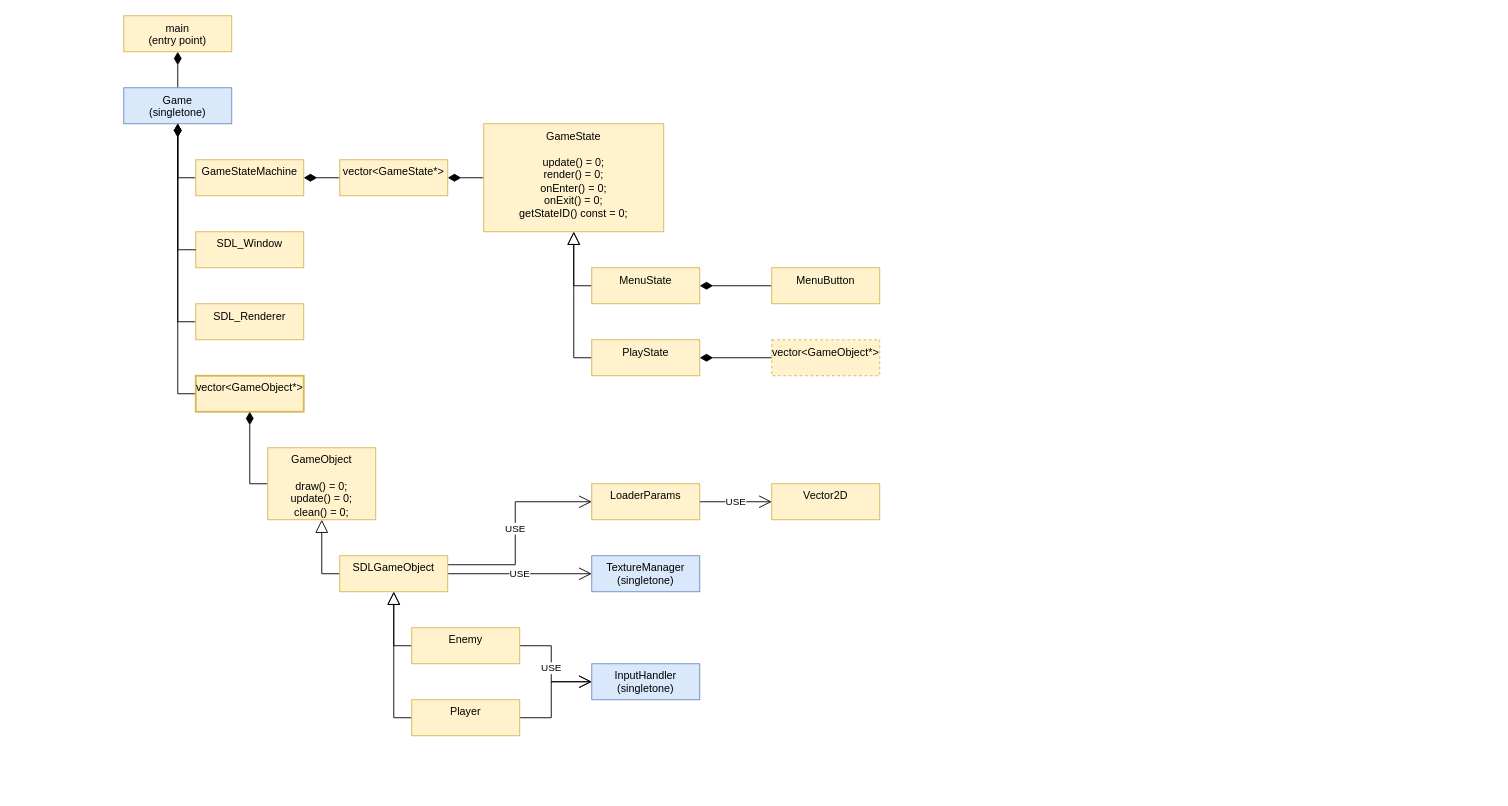
ArTarOne/CppProjects keeps this draw.io diagram as time/2021-12-30_1300_SDLGame/SDLGame/SDLGameUML.drawio. Above is the earlier version. Source tidied: cells renumbered, new cells numbered last; positions are measured from the earlier drawing's top-left corner, leaving out a move shared by most shapes. Both pictures are drawn from the tidied source at 90%, with x=0, y=0 at pixel (123, 15).
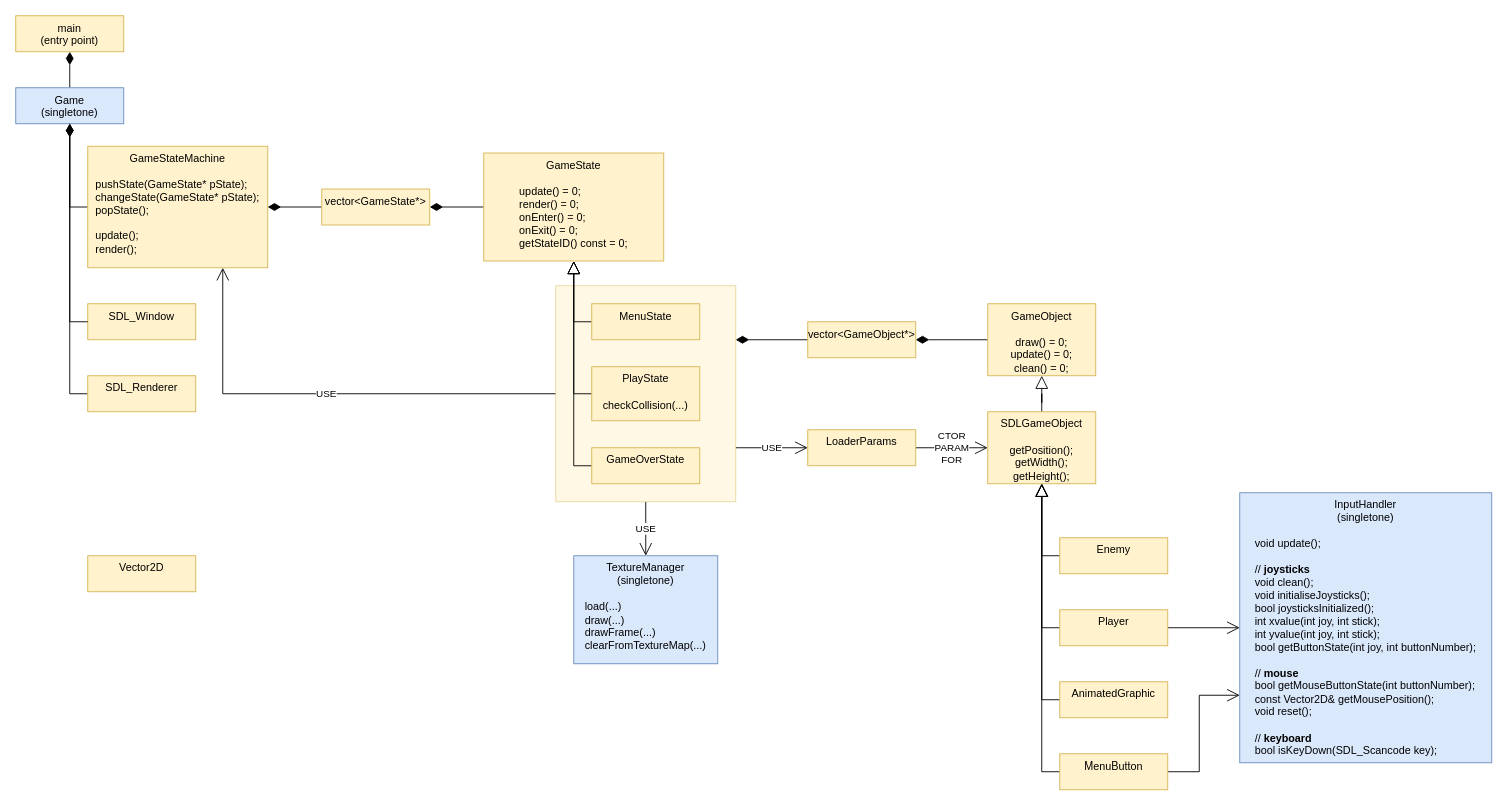
The same page after the edit.

The edit, as a diff of the source:
```diff
@@
+    <mxCell id="42" value="USE" style="edgeStyle=orthogonalEdgeStyle;rounded=0;jettySize=auto;html=1;endArrow=open;endFill=0;startSize=12;endSize=12;exitX=0.5;exitY=1;exitDx=0;exitDy=0;" parent="1" edge="1" source="45" target="25">
+      <mxGeometry relative="1" as="geometry" />
+    </mxCell>
+    <mxCell id="43" value="USE" style="edgeStyle=orthogonalEdgeStyle;rounded=0;jettySize=auto;html=1;exitX=0;exitY=0.5;exitDx=0;exitDy=0;entryX=0.75;entryY=1;entryDx=0;entryDy=0;endArrow=open;endFill=0;startSize=12;endSize=12;" parent="1" edge="1" source="45" target="3">
+      <mxGeometry relative="1" as="geometry" />
+    </mxCell>
+    <mxCell id="44" value="USE" style="edgeStyle=orthogonalEdgeStyle;rounded=0;jettySize=auto;html=1;exitX=1;exitY=0.75;exitDx=0;exitDy=0;entryX=0;entryY=0.5;entryDx=0;entryDy=0;endArrow=open;endFill=0;startSize=12;endSize=12;" parent="1" edge="1" source="45" target="31">
+      <mxGeometry relative="1" as="geometry" />
+    </mxCell>
+    <mxCell id="45" style="rounded=0;whiteSpace=wrap;html=1;verticalAlign=top;fillColor=#fff2cc;strokeColor=#d6b656;opacity=50;" parent="1" vertex="1">
+      <mxGeometry x="480" y="300" width="200" height="240" as="geometry" />
+    </mxCell>
-    <mxCell id="2" style="edgeStyle=orthogonalEdgeStyle;rounded=0;jettySize=auto;html=1;exitX=0;exitY=0.5;exitDx=0;exitDy=0;entryX=0.5;entryY=1;entryDx=0;entryDy=0;endArrow=diamondThin;endFill=1;jumpSize=6;endSize=12;startSize=12;" parent="1" edge="1" source="3" target="10">
+    <mxCell id="2" style="edgeStyle=orthogonalEdgeStyle;rounded=0;jettySize=auto;html=1;entryX=0.5;entryY=1;entryDx=0;entryDy=0;endArrow=diamondThin;endFill=1;jumpSize=6;endSize=12;startSize=12;exitX=0;exitY=0.5;exitDx=0;exitDy=0;" parent="1" edge="1" source="3" target="10">
       <mxGeometry relative="1" as="geometry" />
     </mxCell>
-    <mxCell id="3" value="GameStateMachine" style="rounded=0;whiteSpace=wrap;html=1;verticalAlign=top;fillColor=#fff2cc;strokeColor=#d6b656;" parent="1" vertex="1">
-      <mxGeometry x="80" y="160" width="120" height="40" as="geometry" />
+    <mxCell id="3" value="GameStateMachine&lt;br&gt;&lt;br&gt;&lt;div style=&quot;text-align: left&quot;&gt;pushState(GameState* pState);&lt;/div&gt;&lt;div style=&quot;text-align: left&quot;&gt;changeState(GameState* pState);&lt;/div&gt;&lt;div style=&quot;text-align: left&quot;&gt;popState();&lt;/div&gt;&lt;div style=&quot;text-align: left&quot;&gt;&lt;br&gt;&lt;/div&gt;&lt;div style=&quot;text-align: left&quot;&gt;update();&lt;/div&gt;&lt;div style=&quot;text-align: left&quot;&gt;render();&lt;/div&gt;" style="rounded=0;whiteSpace=wrap;html=1;verticalAlign=top;fillColor=#fff2cc;strokeColor=#d6b656;" parent="1" vertex="1">
+      <mxGeometry x="-40" y="145" width="200" height="135" as="geometry" />
     </mxCell>
     <mxCell id="4" value="SDL_Window" style="rounded=0;whiteSpace=wrap;html=1;verticalAlign=top;fillColor=#fff2cc;strokeColor=#d6b656;" parent="1" vertex="1">
-      <mxGeometry x="80" y="240" width="120" height="40" as="geometry" />
+      <mxGeometry x="-40" y="320" width="120" height="40" as="geometry" />
     </mxCell>
@@
     <mxCell id="6" value="SDL_Renderer" style="rounded=0;whiteSpace=wrap;html=1;verticalAlign=top;fillColor=#fff2cc;strokeColor=#d6b656;" parent="1" vertex="1">
-      <mxGeometry x="80" y="320" width="120" height="40" as="geometry" />
+      <mxGeometry x="-40" y="400" width="120" height="40" as="geometry" />
     </mxCell>
-    <mxCell id="7" style="edgeStyle=orthogonalEdgeStyle;rounded=0;jumpSize=6;jettySize=auto;html=1;exitX=0;exitY=0.5;exitDx=0;exitDy=0;entryX=0.5;entryY=1;entryDx=0;entryDy=0;endArrow=diamondThin;endFill=1;startSize=12;endSize=12;" parent="1" edge="1" source="8" target="10">
-      <mxGeometry relative="1" as="geometry" />
-    </mxCell>
-    <mxCell id="8" value="vector&amp;lt;GameObject*&amp;gt;" style="rounded=0;whiteSpace=wrap;html=1;verticalAlign=top;fillColor=#fff2cc;strokeColor=#d6b656;strokeWidth=2;" parent="1" vertex="1">
-      <mxGeometry x="80" y="400" width="120" height="40" as="geometry" />
-    </mxCell>
@@
     <mxCell id="10" value="Game&lt;br&gt;(singletone)" style="rounded=0;whiteSpace=wrap;html=1;verticalAlign=top;fillColor=#dae8fc;strokeColor=#6c8ebf;" parent="1" vertex="1">
-      <mxGeometry y="80" width="120" height="40" as="geometry" />
+      <mxGeometry x="-120" y="80" width="120" height="40" as="geometry" />
     </mxCell>
@@
-    <mxCell id="12" style="edgeStyle=orthogonalEdgeStyle;rounded=0;jumpSize=6;jettySize=auto;html=1;exitX=0;exitY=0.5;exitDx=0;exitDy=0;entryX=0.5;entryY=1;entryDx=0;entryDy=0;endArrow=diamondThin;endFill=1;startSize=12;endSize=12;" parent="1" edge="1" source="13" target="8">
+    <mxCell id="12" style="edgeStyle=orthogonalEdgeStyle;rounded=0;jumpSize=6;jettySize=auto;html=1;exitX=0;exitY=0.5;exitDx=0;exitDy=0;endArrow=diamondThin;endFill=1;startSize=12;endSize=12;" parent="1" edge="1" source="13" target="41">
       <mxGeometry relative="1" as="geometry" />
     </mxCell>
     <mxCell id="13" value="GameObject&lt;br&gt;&lt;br&gt;&lt;div&gt;draw() = 0;&lt;/div&gt;&lt;div&gt;update() = 0;&lt;/div&gt;&lt;div&gt;clean() = 0;&lt;/div&gt;&lt;div&gt;&lt;br&gt;&lt;/div&gt;" style="rounded=0;whiteSpace=wrap;html=1;verticalAlign=top;fillColor=#fff2cc;strokeColor=#d6b656;" parent="1" vertex="1">
-      <mxGeometry x="160" y="480" width="120" height="80" as="geometry" />
+      <mxGeometry x="960" y="320" width="120" height="80" as="geometry" />
     </mxCell>
-    <mxCell id="14" style="edgeStyle=orthogonalEdgeStyle;rounded=0;jumpSize=6;jettySize=auto;html=1;exitX=0;exitY=0.5;exitDx=0;exitDy=0;endArrow=block;endFill=0;startSize=12;endSize=12;" parent="1" edge="1" source="18" target="13">
+    <mxCell id="14" style="edgeStyle=orthogonalEdgeStyle;rounded=0;jumpSize=6;jettySize=auto;html=1;exitX=0.5;exitY=0;exitDx=0;exitDy=0;endArrow=block;endFill=0;startSize=12;endSize=12;" parent="1" edge="1" source="18" target="13">
       <mxGeometry relative="1" as="geometry" />
     </mxCell>
-    <mxCell id="15" value="USE" style="edgeStyle=orthogonalEdgeStyle;rounded=0;jumpSize=6;jettySize=auto;html=1;entryX=0;entryY=0.5;entryDx=0;entryDy=0;endArrow=open;endFill=0;startSize=12;endSize=12;exitX=1;exitY=0.5;exitDx=0;exitDy=0;" parent="1" edge="1" source="20" target="24">
-      <mxGeometry relative="1" as="geometry" />
-    </mxCell>
-    <mxCell id="16" value="USE" style="edgeStyle=orthogonalEdgeStyle;rounded=0;jumpSize=6;jettySize=auto;html=1;exitX=1;exitY=0.5;exitDx=0;exitDy=0;entryX=0;entryY=0.5;entryDx=0;entryDy=0;endArrow=open;endFill=0;startSize=12;endSize=12;" parent="1" edge="1" source="18" target="25">
-      <mxGeometry relative="1" as="geometry" />
-    </mxCell>
-    <mxCell id="17" value="USE" style="edgeStyle=orthogonalEdgeStyle;rounded=0;jumpSize=6;jettySize=auto;html=1;exitX=1;exitY=0.25;exitDx=0;exitDy=0;entryX=0;entryY=0.5;entryDx=0;entryDy=0;endArrow=open;endFill=0;startSize=12;endSize=12;" parent="1" edge="1" source="18" target="31">
+    <mxCell id="17" value="CTOR&lt;br&gt;PARAM&lt;br&gt;FOR" style="edgeStyle=orthogonalEdgeStyle;rounded=0;jumpSize=6;jettySize=auto;html=1;endArrow=open;endFill=0;startSize=12;endSize=12;" parent="1" edge="1" source="31" target="18">
       <mxGeometry relative="1" as="geometry" />
     </mxCell>
-    <mxCell id="18" value="SDLGameObject" style="rounded=0;whiteSpace=wrap;html=1;verticalAlign=top;fillColor=#fff2cc;strokeColor=#d6b656;" parent="1" vertex="1">
-      <mxGeometry x="240" y="600" width="120" height="40" as="geometry" />
+    <mxCell id="18" value="SDLGameObject&lt;br&gt;&lt;br&gt;&lt;div&gt;getPosition();&lt;/div&gt;&lt;div&gt;getWidth();&lt;/div&gt;&lt;div&gt;getHeight();&lt;/div&gt;&lt;div&gt;&lt;br&gt;&lt;/div&gt;" style="rounded=0;whiteSpace=wrap;html=1;verticalAlign=top;fillColor=#fff2cc;strokeColor=#d6b656;" parent="1" vertex="1">
+      <mxGeometry x="960" y="440" width="120" height="80" as="geometry" />
     </mxCell>
@@
     <mxCell id="20" value="Enemy" style="rounded=0;whiteSpace=wrap;html=1;verticalAlign=top;fillColor=#fff2cc;strokeColor=#d6b656;" parent="1" vertex="1">
-      <mxGeometry x="320" y="680" width="120" height="40" as="geometry" />
+      <mxGeometry x="1040" y="580" width="120" height="40" as="geometry" />
     </mxCell>
@@
-    <mxCell id="22" style="edgeStyle=orthogonalEdgeStyle;rounded=0;jumpSize=6;jettySize=auto;html=1;exitX=1;exitY=0.5;exitDx=0;exitDy=0;entryX=0;entryY=0.5;entryDx=0;entryDy=0;endArrow=open;endFill=0;startSize=12;endSize=12;" parent="1" edge="1" source="23" target="24">
+    <mxCell id="22" style="edgeStyle=orthogonalEdgeStyle;rounded=0;jumpSize=6;jettySize=auto;html=1;exitX=1;exitY=0.5;exitDx=0;exitDy=0;endArrow=open;endFill=0;startSize=12;endSize=12;" parent="1" edge="1" source="23" target="24">
       <mxGeometry relative="1" as="geometry" />
     </mxCell>
     <mxCell id="23" value="Player" style="rounded=0;whiteSpace=wrap;html=1;verticalAlign=top;fillColor=#fff2cc;strokeColor=#d6b656;" parent="1" vertex="1">
-      <mxGeometry x="320" y="760" width="120" height="40" as="geometry" />
+      <mxGeometry x="1040" y="660" width="120" height="40" as="geometry" />
     </mxCell>
-    <mxCell id="24" value="InputHandler&lt;br&gt;(singletone)" style="rounded=0;whiteSpace=wrap;html=1;verticalAlign=top;fillColor=#dae8fc;strokeColor=#6c8ebf;" parent="1" vertex="1">
-      <mxGeometry x="520" y="720" width="120" height="40" as="geometry" />
+    <mxCell id="24" value="InputHandler&lt;br&gt;(singletone)&lt;br&gt;&lt;br&gt;&lt;div style=&quot;text-align: left&quot;&gt;void update();&lt;/div&gt;&lt;div style=&quot;text-align: left&quot;&gt;&lt;br&gt;&lt;/div&gt;&lt;div style=&quot;text-align: left&quot;&gt;// &lt;b&gt;joysticks&lt;/b&gt;&lt;/div&gt;&lt;div style=&quot;text-align: left&quot;&gt;void clean();&lt;/div&gt;&lt;div style=&quot;text-align: left&quot;&gt;void initialiseJoysticks();&lt;/div&gt;&lt;div style=&quot;text-align: left&quot;&gt;bool joysticksInitialized();&lt;/div&gt;&lt;div style=&quot;text-align: left&quot;&gt;int xvalue(int joy, int stick);&lt;/div&gt;&lt;div style=&quot;text-align: left&quot;&gt;int yvalue(int joy, int stick);&lt;/div&gt;&lt;div style=&quot;text-align: left&quot;&gt;bool getButtonState(int joy, int buttonNumber);&lt;/div&gt;&lt;div style=&quot;text-align: left&quot;&gt;&lt;br&gt;&lt;/div&gt;&lt;div style=&quot;text-align: left&quot;&gt;// &lt;b&gt;mouse&lt;/b&gt;&lt;/div&gt;&lt;div style=&quot;text-align: left&quot;&gt;bool getMouseButtonState(int buttonNumber);&lt;/div&gt;&lt;div style=&quot;text-align: left&quot;&gt;const Vector2D&amp;amp; getMousePosition();&lt;/div&gt;&lt;div style=&quot;text-align: left&quot;&gt;void reset();&lt;/div&gt;&lt;div style=&quot;text-align: left&quot;&gt;&lt;br&gt;&lt;/div&gt;&lt;div style=&quot;text-align: left&quot;&gt;// &lt;b&gt;keyboard&lt;/b&gt;&lt;/div&gt;&lt;div style=&quot;text-align: left&quot;&gt;bool isKeyDown(SDL_Scancode key);&lt;/div&gt;&lt;div style=&quot;text-align: left&quot;&gt;&lt;br&gt;&lt;/div&gt;" style="rounded=0;whiteSpace=wrap;html=1;verticalAlign=top;fillColor=#dae8fc;strokeColor=#6c8ebf;" parent="1" vertex="1">
+      <mxGeometry x="1240" y="530" width="280" height="300" as="geometry" />
     </mxCell>
-    <mxCell id="25" value="TextureManager&lt;br&gt;(singletone)" style="rounded=0;whiteSpace=wrap;html=1;verticalAlign=top;fillColor=#dae8fc;strokeColor=#6c8ebf;" parent="1" vertex="1">
-      <mxGeometry x="520" y="600" width="120" height="40" as="geometry" />
+    <mxCell id="25" value="TextureManager&lt;br&gt;(singletone)&lt;br&gt;&lt;br&gt;&lt;div style=&quot;text-align: left&quot;&gt;&lt;span&gt;load(...)&lt;/span&gt;&lt;/div&gt;&lt;div style=&quot;text-align: left&quot;&gt;&lt;span&gt;draw(...)&lt;/span&gt;&lt;/div&gt;&lt;div style=&quot;text-align: left&quot;&gt;&lt;span&gt;drawFrame(...)&lt;/span&gt;&lt;/div&gt;&lt;div style=&quot;text-align: left&quot;&gt;&lt;span&gt;clearFromTextureMap(...)&lt;/span&gt;&lt;/div&gt;" style="rounded=0;whiteSpace=wrap;html=1;verticalAlign=top;fillColor=#dae8fc;strokeColor=#6c8ebf;" parent="1" vertex="1">
+      <mxGeometry x="500" y="600" width="160" height="120" as="geometry" />
     </mxCell>
@@
-    <mxCell id="27" value="GameState&lt;br&gt;&lt;br&gt;&lt;div&gt;update() = 0;&lt;/div&gt;&lt;div&gt;render() = 0;&lt;/div&gt;&lt;div&gt;onEnter() = 0;&lt;/div&gt;&lt;div&gt;onExit() = 0;&lt;/div&gt;&lt;div&gt;getStateID() const = 0;&lt;/div&gt;&lt;div&gt;&lt;br&gt;&lt;/div&gt;" style="rounded=0;whiteSpace=wrap;html=1;verticalAlign=top;fillColor=#fff2cc;strokeColor=#d6b656;" parent="1" vertex="1">
-      <mxGeometry x="400" y="120" width="200" height="120" as="geometry" />
+    <mxCell id="27" value="GameState&lt;br&gt;&lt;br&gt;&lt;div style=&quot;text-align: left&quot;&gt;update() = 0;&lt;/div&gt;&lt;div style=&quot;text-align: left&quot;&gt;render() = 0;&lt;/div&gt;&lt;div style=&quot;text-align: left&quot;&gt;onEnter() = 0;&lt;/div&gt;&lt;div style=&quot;text-align: left&quot;&gt;onExit() = 0;&lt;/div&gt;&lt;div style=&quot;text-align: left&quot;&gt;getStateID() const = 0;&lt;/div&gt;&lt;div style=&quot;text-align: left&quot;&gt;&lt;br&gt;&lt;/div&gt;" style="rounded=0;whiteSpace=wrap;html=1;verticalAlign=top;fillColor=#fff2cc;strokeColor=#d6b656;" parent="1" vertex="1">
+      <mxGeometry x="400" y="152.5" width="200" height="120" as="geometry" />
     </mxCell>
@@
     <mxCell id="29" value="vector&amp;lt;GameState*&amp;gt;" style="rounded=0;whiteSpace=wrap;html=1;verticalAlign=top;fillColor=#fff2cc;strokeColor=#d6b656;" parent="1" vertex="1">
-      <mxGeometry x="240" y="160" width="120" height="40" as="geometry" />
+      <mxGeometry x="220" y="192.5" width="120" height="40" as="geometry" />
     </mxCell>
-    <mxCell id="30" value="USE" style="edgeStyle=orthogonalEdgeStyle;rounded=0;jumpSize=6;jettySize=auto;html=1;exitX=1;exitY=0.5;exitDx=0;exitDy=0;entryX=0;entryY=0.5;entryDx=0;entryDy=0;endArrow=open;endFill=0;startSize=12;endSize=12;" parent="1" edge="1" source="31" target="37">
-      <mxGeometry relative="1" as="geometry" />
-    </mxCell>
     <mxCell id="31" value="LoaderParams" style="rounded=0;whiteSpace=wrap;html=1;verticalAlign=top;fillColor=#fff2cc;strokeColor=#d6b656;" parent="1" vertex="1">
-      <mxGeometry x="520" y="520" width="120" height="40" as="geometry" />
+      <mxGeometry x="760" y="460" width="120" height="40" as="geometry" />
     </mxCell>
@@
-    <mxCell id="33" value="MenuState" style="rounded=0;whiteSpace=wrap;html=1;verticalAlign=top;fillColor=#fff2cc;strokeColor=#d6b656;" parent="1" vertex="1">
-      <mxGeometry x="520" y="280" width="120" height="40" as="geometry" />
-    </mxCell>
-    <mxCell id="34" style="edgeStyle=orthogonalEdgeStyle;rounded=0;jumpSize=6;jettySize=auto;html=1;exitX=0;exitY=0.5;exitDx=0;exitDy=0;endArrow=block;endFill=0;startSize=12;endSize=12;" parent="1" edge="1" source="35">
-      <mxGeometry relative="1" as="geometry">
-        <mxPoint x="500" y="240" as="targetPoint" />
-      </mxGeometry>
+    <mxCell id="34" style="edgeStyle=orthogonalEdgeStyle;rounded=0;jumpSize=6;jettySize=auto;html=1;exitX=0;exitY=0.5;exitDx=0;exitDy=0;endArrow=block;endFill=0;startSize=12;endSize=12;" parent="1" edge="1" source="35" target="27">
+      <mxGeometry relative="1" as="geometry" />
     </mxCell>
-    <mxCell id="35" value="PlayState" style="rounded=0;whiteSpace=wrap;html=1;verticalAlign=top;fillColor=#fff2cc;strokeColor=#d6b656;" parent="1" vertex="1">
-      <mxGeometry x="520" y="360" width="120" height="40" as="geometry" />
-    </mxCell>
     <mxCell id="36" value="main&lt;br&gt;(entry point)" style="rounded=0;whiteSpace=wrap;html=1;verticalAlign=top;fillColor=#fff2cc;strokeColor=#d6b656;" parent="1" vertex="1">
-      <mxGeometry width="120" height="40" as="geometry" />
+      <mxGeometry x="-120" width="120" height="40" as="geometry" />
     </mxCell>
     <mxCell id="37" value="Vector2D" style="rounded=0;whiteSpace=wrap;html=1;verticalAlign=top;fillColor=#fff2cc;strokeColor=#d6b656;" parent="1" vertex="1">
-      <mxGeometry x="720" y="520" width="120" height="40" as="geometry" />
+      <mxGeometry x="-40" y="600" width="120" height="40" as="geometry" />
     </mxCell>
-    <mxCell id="38" style="edgeStyle=orthogonalEdgeStyle;rounded=0;jettySize=auto;html=1;exitX=0;exitY=0.5;exitDx=0;exitDy=0;entryX=1;entryY=0.5;entryDx=0;entryDy=0;endArrow=diamondThin;endFill=1;startSize=12;endSize=12;" parent="1" edge="1" source="39" target="33">
-      <mxGeometry relative="1" as="geometry" />
-    </mxCell>
-    <mxCell id="39" value="MenuButton" style="rounded=0;whiteSpace=wrap;html=1;verticalAlign=top;fillColor=#fff2cc;strokeColor=#d6b656;" parent="1" vertex="1">
-      <mxGeometry x="720" y="280" width="120" height="40" as="geometry" />
-    </mxCell>
-    <mxCell id="40" style="edgeStyle=orthogonalEdgeStyle;rounded=0;jettySize=auto;html=1;exitX=0;exitY=0.5;exitDx=0;exitDy=0;entryX=1;entryY=0.5;entryDx=0;entryDy=0;endArrow=diamondThin;endFill=1;startSize=12;endSize=12;" parent="1" edge="1" source="41" target="35">
+    <mxCell id="40" style="edgeStyle=orthogonalEdgeStyle;rounded=0;jettySize=auto;html=1;exitX=0;exitY=0.5;exitDx=0;exitDy=0;endArrow=diamondThin;endFill=1;startSize=12;endSize=12;entryX=1;entryY=0.25;entryDx=0;entryDy=0;" parent="1" edge="1" source="41" target="45">
       <mxGeometry relative="1" as="geometry" />
     </mxCell>
-    <mxCell id="41" value="vector&amp;lt;GameObject*&amp;gt;" style="rounded=0;whiteSpace=wrap;html=1;verticalAlign=top;fillColor=#fff2cc;strokeColor=#d6b656;dashed=1;" parent="1" vertex="1">
-      <mxGeometry x="720" y="360" width="120" height="40" as="geometry" />
+    <mxCell id="41" value="vector&amp;lt;GameObject*&amp;gt;" style="rounded=0;whiteSpace=wrap;html=1;verticalAlign=top;fillColor=#fff2cc;strokeColor=#d6b656;" parent="1" vertex="1">
+      <mxGeometry x="760" y="340" width="120" height="40" as="geometry" />
     </mxCell>
+    <mxCell id="46" style="edgeStyle=orthogonalEdgeStyle;rounded=0;jettySize=auto;html=1;exitX=0;exitY=0.5;exitDx=0;exitDy=0;endArrow=block;endFill=0;startSize=12;endSize=12;" parent="1" edge="1" source="47" target="18">
+      <mxGeometry relative="1" as="geometry" />
+    </mxCell>
+    <mxCell id="47" value="AnimatedGraphic" style="rounded=0;whiteSpace=wrap;html=1;verticalAlign=top;fillColor=#fff2cc;strokeColor=#d6b656;" parent="1" vertex="1">
+      <mxGeometry x="1040" y="740" width="120" height="40" as="geometry" />
+    </mxCell>
+    <mxCell id="48" style="edgeStyle=orthogonalEdgeStyle;rounded=0;jettySize=auto;html=1;exitX=0;exitY=0.5;exitDx=0;exitDy=0;endArrow=block;endFill=0;startSize=12;endSize=12;" parent="1" edge="1" source="49" target="27">
+      <mxGeometry relative="1" as="geometry" />
+    </mxCell>
+    <mxCell id="33" value="MenuState" style="rounded=0;whiteSpace=wrap;html=1;verticalAlign=top;fillColor=#fff2cc;strokeColor=#d6b656;" parent="1" vertex="1">
+      <mxGeometry x="520" y="320" width="120" height="40" as="geometry" />
+    </mxCell>
+    <mxCell id="35" value="PlayState&lt;br&gt;&lt;br&gt;checkCollision(...)" style="rounded=0;whiteSpace=wrap;html=1;verticalAlign=top;fillColor=#fff2cc;strokeColor=#d6b656;" parent="1" vertex="1">
+      <mxGeometry x="520" y="390" width="120" height="60" as="geometry" />
+    </mxCell>
+    <mxCell id="49" value="GameOverState" style="rounded=0;whiteSpace=wrap;html=1;verticalAlign=top;fillColor=#fff2cc;strokeColor=#d6b656;" parent="1" vertex="1">
+      <mxGeometry x="520" y="480" width="120" height="40" as="geometry" />
+    </mxCell>
+    <mxCell id="50" style="edgeStyle=orthogonalEdgeStyle;rounded=0;jettySize=auto;html=1;exitX=1;exitY=0.5;exitDx=0;exitDy=0;entryX=0;entryY=0.75;entryDx=0;entryDy=0;endArrow=open;endFill=0;startSize=12;endSize=12;" parent="1" edge="1" source="39" target="24">
+      <mxGeometry relative="1" as="geometry" />
+    </mxCell>
+    <mxCell id="51" style="edgeStyle=orthogonalEdgeStyle;rounded=0;jettySize=auto;html=1;exitX=0;exitY=0.5;exitDx=0;exitDy=0;endArrow=block;endFill=0;startSize=12;endSize=12;" parent="1" edge="1" source="39" target="18">
+      <mxGeometry relative="1" as="geometry" />
+    </mxCell>
+    <mxCell id="39" value="MenuButton" style="rounded=0;whiteSpace=wrap;html=1;verticalAlign=top;fillColor=#fff2cc;strokeColor=#d6b656;" parent="1" vertex="1">
+      <mxGeometry x="1040" y="820" width="120" height="40" as="geometry" />
+    </mxCell>
```
